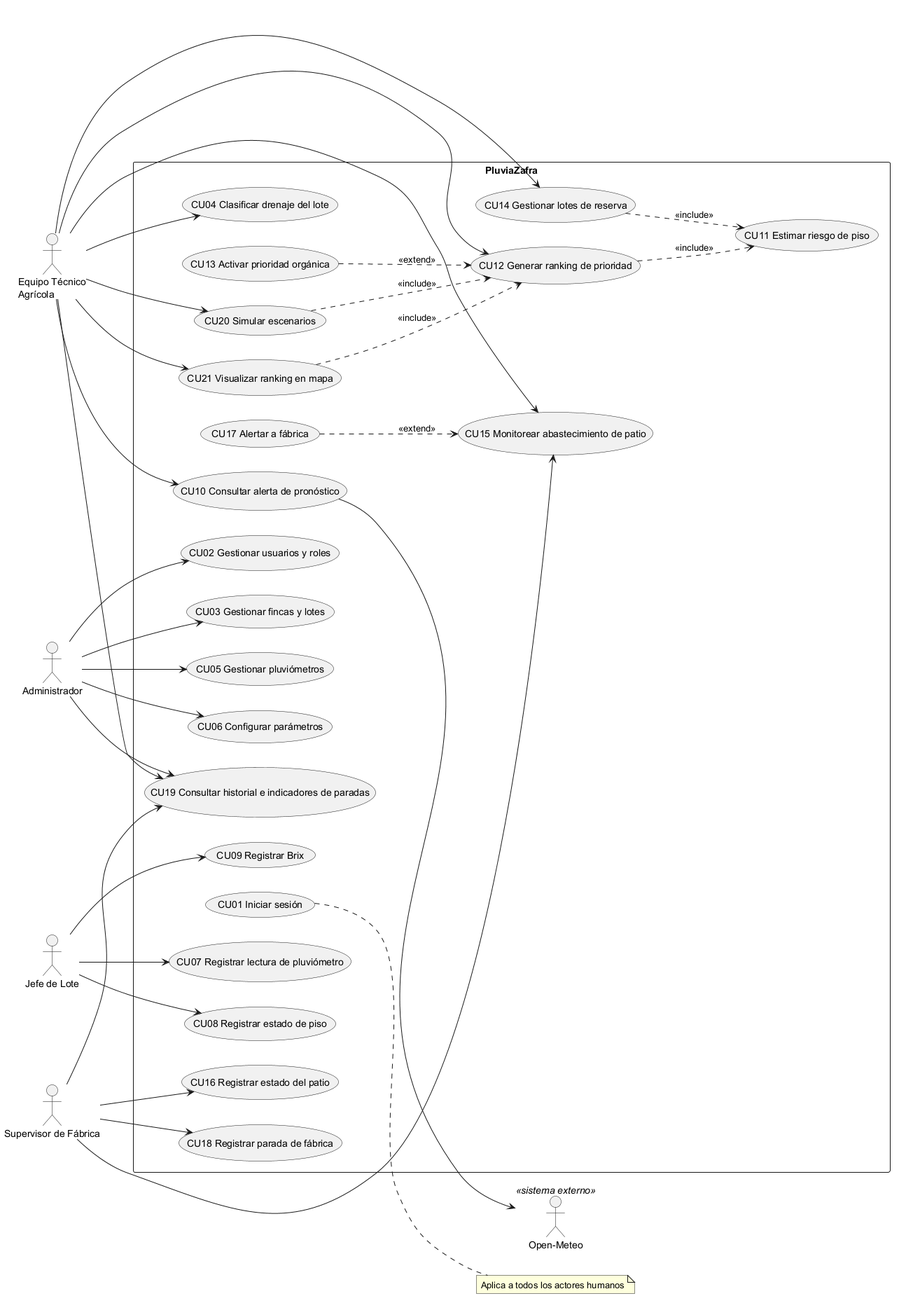
Above: docs/casos-de-uso-v2.png in Surgeron/TrabajoCampo (PlantUML), before the change.
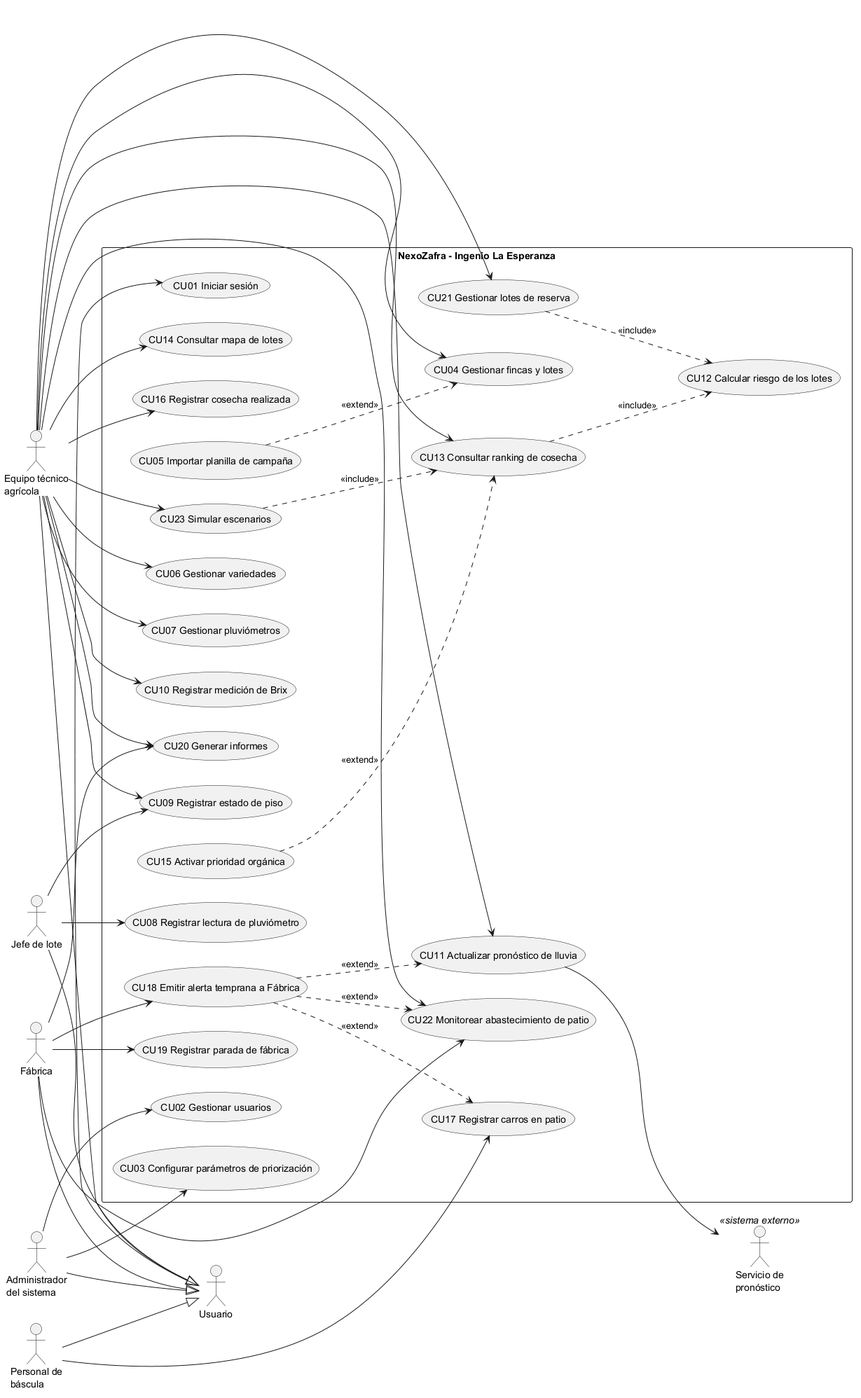
The same file after the commit.

The edit, as a diff of the source:
```diff
@@ -1,62 +1,83 @@
 @startuml
 left to right direction
-actor "Equipo Técnico\nAgrícola" as ET
-actor "Jefe de Lote" as JL
-actor "Supervisor de Fábrica" as SF
-actor "Administrador" as AD
-actor "Open-Meteo" as OM <<sistema externo>>
 
-rectangle PluviaZafra {
+actor "Usuario" as USR
+actor "Equipo técnico\nagrícola" as ET
+actor "Jefe de lote" as JL
+actor "Fábrica" as FAB
+actor "Personal de\nbáscula" as BAS
+actor "Administrador\ndel sistema" as ADM
+actor "Servicio de\npronóstico" as API <<sistema externo>>
+
+ET --|> USR
+JL --|> USR
+FAB --|> USR
+BAS --|> USR
+ADM --|> USR
+
+rectangle "NexoZafra - Ingenio La Esperanza" {
   usecase "CU01 Iniciar sesión" as CU01
-  usecase "CU02 Gestionar usuarios y roles" as CU02
-  usecase "CU03 Gestionar fincas y lotes" as CU03
-  usecase "CU04 Clasificar drenaje del lote" as CU04
-  usecase "CU05 Gestionar pluviómetros" as CU05
-  usecase "CU06 Configurar parámetros" as CU06
-  usecase "CU07 Registrar lectura de pluviómetro" as CU07
-  usecase "CU08 Registrar estado de piso" as CU08
-  usecase "CU09 Registrar Brix" as CU09
-  usecase "CU10 Consultar alerta de pronóstico" as CU10
-  usecase "CU11 Estimar riesgo de piso" as CU11
-  usecase "CU12 Generar ranking de prioridad" as CU12
-  usecase "CU13 Activar prioridad orgánica" as CU13
-  usecase "CU14 Gestionar lotes de reserva" as CU14
-  usecase "CU15 Monitorear abastecimiento de patio" as CU15
-  usecase "CU16 Registrar estado del patio" as CU16
-  usecase "CU17 Alertar a fábrica" as CU17
-  usecase "CU18 Registrar parada de fábrica" as CU18
-  usecase "CU19 Consultar historial e indicadores de paradas" as CU19
-  usecase "CU20 Simular escenarios" as CU20
-  usecase "CU21 Visualizar ranking en mapa" as CU21
+  usecase "CU02 Gestionar usuarios" as CU02
+  usecase "CU03 Configurar parámetros de priorización" as CU03
+  usecase "CU04 Gestionar fincas y lotes" as CU04
+  usecase "CU05 Importar planilla de campaña" as CU05
+  usecase "CU06 Gestionar variedades" as CU06
+  usecase "CU07 Gestionar pluviómetros" as CU07
+  usecase "CU08 Registrar lectura de pluviómetro" as CU08
+  usecase "CU09 Registrar estado de piso" as CU09
+  usecase "CU10 Registrar medición de Brix" as CU10
+  usecase "CU11 Actualizar pronóstico de lluvia" as CU11
+  usecase "CU12 Calcular riesgo de los lotes" as CU12
+  usecase "CU13 Consultar ranking de cosecha" as CU13
+  usecase "CU14 Consultar mapa de lotes" as CU14
+  usecase "CU15 Activar prioridad orgánica" as CU15
+  usecase "CU16 Registrar cosecha realizada" as CU16
+  usecase "CU17 Registrar carros en patio" as CU17
+  usecase "CU18 Emitir alerta temprana a Fábrica" as CU18
+  usecase "CU19 Registrar parada de fábrica" as CU19
+  usecase "CU20 Generar informes" as CU20
+  usecase "CU21 Gestionar lotes de reserva" as CU21
+  usecase "CU22 Monitorear abastecimiento de patio" as CU22
+  usecase "CU23 Simular escenarios" as CU23
 }
 
-AD --> CU02
-AD --> CU03
-AD --> CU05
-AD --> CU06
-AD --> CU19
+USR --> CU01
+
+ADM --> CU02
+ADM --> CU03
+
 ET --> CU04
+ET --> CU06
+ET --> CU07
+ET --> CU09
 ET --> CU10
-ET --> CU12
+ET --> CU11
+ET --> CU13
 ET --> CU14
-ET --> CU15
-ET --> CU19
+ET --> CU16
 ET --> CU20
 ET --> CU21
-JL --> CU07
+ET --> CU22
+ET --> CU23
+
 JL --> CU08
 JL --> CU09
-SF --> CU15
-SF --> CU16
-SF --> CU18
-SF --> CU19
-CU10 --> OM
 
-CU12 ..> CU11 : <<include>>
-CU14 ..> CU11 : <<include>>
-CU20 ..> CU12 : <<include>>
+BAS --> CU17
+
+FAB --> CU18
+FAB --> CU19
+FAB --> CU20
+FAB --> CU22
+
+CU11 --> API
+
+CU05 ..> CU04 : <<extend>>
+CU13 ..> CU12 : <<include>>
 CU21 ..> CU12 : <<include>>
-CU13 ..> CU12 : <<extend>>
-CU17 ..> CU15 : <<extend>>
-note right of CU01 : Aplica a todos los actores humanos
+CU23 ..> CU13 : <<include>>
+CU15 ..> CU13 : <<extend>>
+CU18 ..> CU11 : <<extend>>
+CU18 ..> CU17 : <<extend>>
+CU18 ..> CU22 : <<extend>>
 @enduml
```
